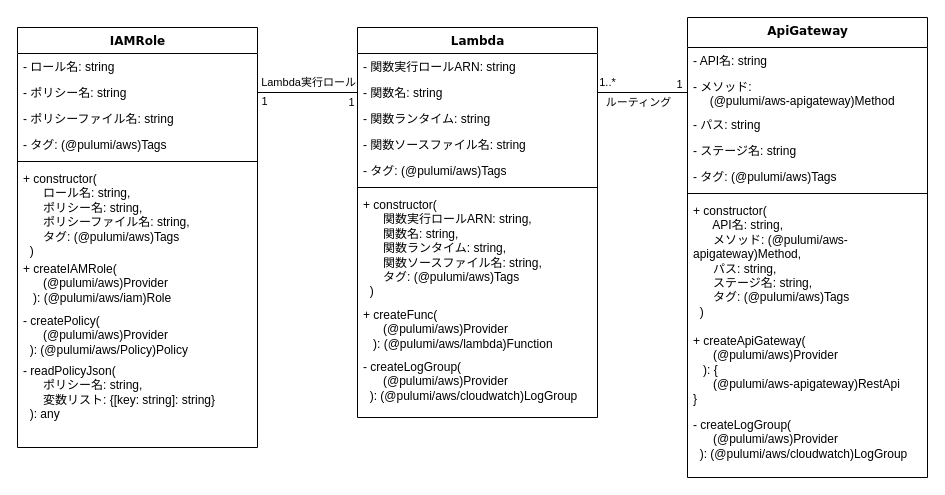
Earlier version of the draw.io diagram .docs/PicToTextInfraClass.drawio (takata-kento/InfraPicToTxt). Source tidied: cells renumbered, new cells numbered last; positions are measured from the earlier drawing's top-left corner, leaving out a move shared by most shapes. Both pictures are drawn from the tidied source at 100%, with x=0, y=0 at pixel (17, 17).
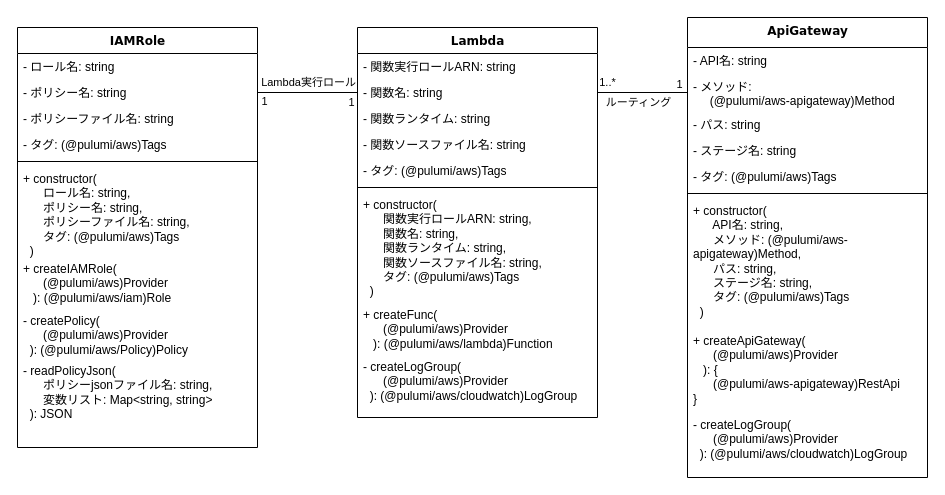
Above is the later version.

Commit message (it also covers changes not shown here):
設計資料の更新

Unchanged cells that the change refers to:
```xml
<mxCell id="28" value="IAMRole" style="swimlane;html=1;fontStyle=1;align=center;verticalAlign=top;horizontal=1;startSize=26;swimlaneFillColor=#ffffff;rounded=0;shadow=0;comic=0;labelBackgroundColor=none;strokeWidth=1;fillColor=none;fontFamily=Verdana;fontSize=12;" parent="1" vertex="1">
  <mxGeometry y="10" width="240" height="420" as="geometry" />
</mxCell>
```

Diff of the diagram source:
```diff
@@
-    <mxCell id="37" value="- readPolicyJson(&lt;div&gt;&amp;nbsp; &amp;nbsp; &amp;nbsp; ポリシー名: string,&lt;/div&gt;&lt;div&gt;&lt;span style=&quot;background-color: initial;&quot;&gt;&amp;nbsp; &amp;nbsp; &amp;nbsp; 変数リスト: {[key: string]: string}&lt;/span&gt;&lt;/div&gt;&lt;div&gt;&lt;span style=&quot;background-color: initial;&quot;&gt;&amp;nbsp; ): any&lt;/span&gt;&lt;/div&gt;" style="text;html=1;strokeColor=none;fillColor=none;align=left;verticalAlign=top;spacingLeft=4;spacingRight=4;whiteSpace=wrap;overflow=hidden;" parent="28" vertex="1">
+    <mxCell id="37" value="- readPolicyJson(&lt;div&gt;&amp;nbsp; &amp;nbsp; &amp;nbsp; ポリシーjsonファイル名: string,&lt;/div&gt;&lt;div&gt;&lt;span style=&quot;background-color: initial;&quot;&gt;&amp;nbsp; &amp;nbsp; &amp;nbsp; 変数リスト: Map&amp;lt;string, string&amp;gt;&lt;/span&gt;&lt;/div&gt;&lt;div&gt;&lt;span style=&quot;background-color: initial;&quot;&gt;&amp;nbsp; ): JSON&lt;/span&gt;&lt;/div&gt;" style="text;html=1;strokeColor=none;fillColor=none;align=left;verticalAlign=top;spacingLeft=4;spacingRight=4;whiteSpace=wrap;overflow=hidden;" parent="28" vertex="1">
       <mxGeometry y="330" width="240" height="70" as="geometry" />
     </mxCell>
```
